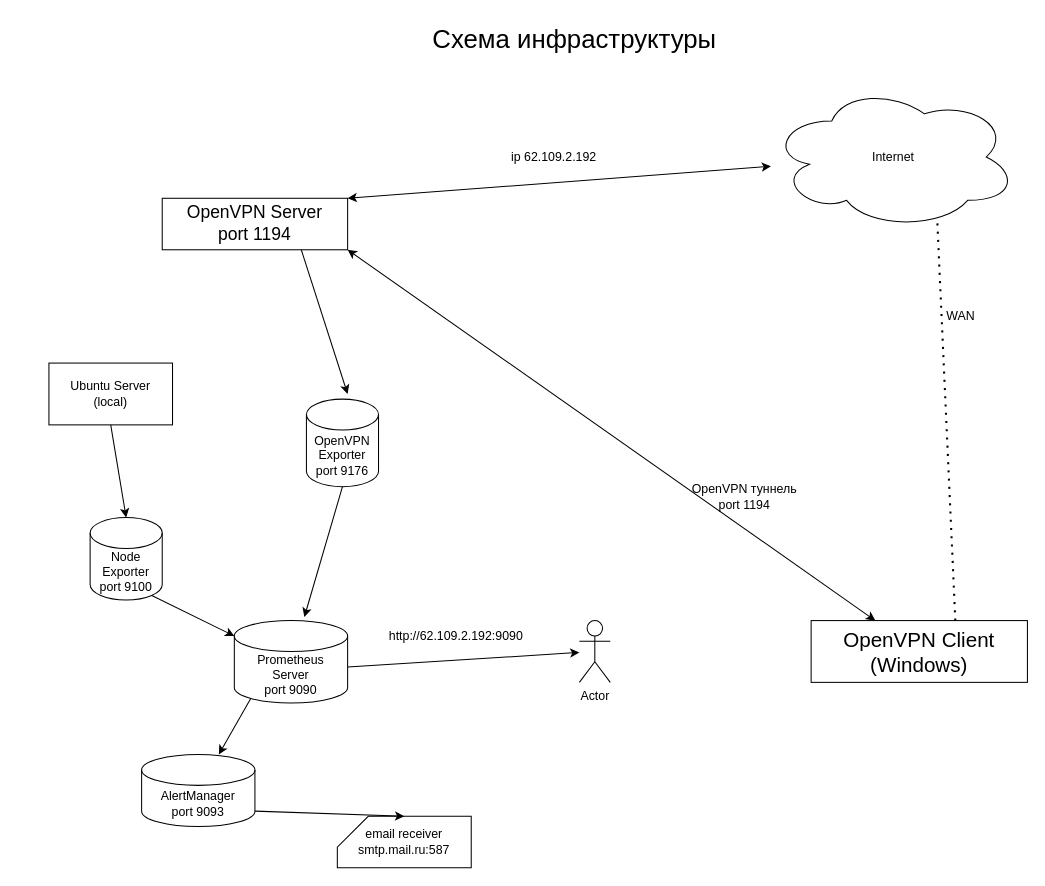
Earlier version of the draw.io diagram инфраструктура.drawio (parasky-john/skillbox). Source tidied: cells renumbered, new cells numbered last; positions are measured from the earlier drawing's top-left corner, leaving out a move shared by most shapes. Both pictures are drawn from the tidied source at 103%, with x=0, y=0 at pixel (48, 18).
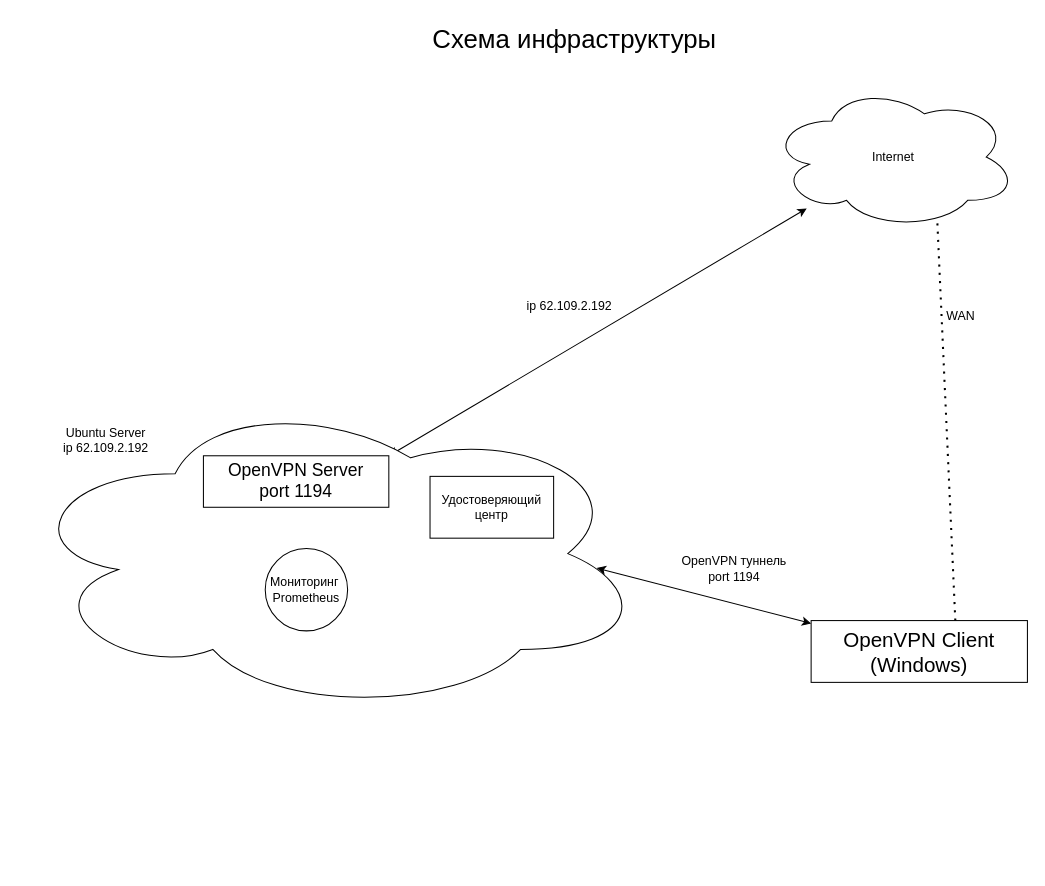
Above is the later version.

The change refers to these unchanged cells:
```xml
<mxCell id="2" value="&lt;font style=&quot;font-size: 20px;&quot;&gt;OpenVPN Client&lt;br&gt;(Windows)&lt;br&gt;&lt;/font&gt;" style="rounded=0;whiteSpace=wrap;html=1;" parent="1" vertex="1">
  <mxGeometry x="740" y="585" width="210" height="60" as="geometry" />
</mxCell>
```

What changed in the source:
```diff
@@
-    <mxCell id="3" value="&lt;font style=&quot;font-size: 17px;&quot;&gt;OpenVPN Server&lt;br&gt;port 1194&lt;br&gt;&lt;/font&gt;" style="rounded=0;whiteSpace=wrap;html=1;" parent="1" vertex="1">
-      <mxGeometry x="110" y="175" width="180" height="50" as="geometry" />
-    </mxCell>
     <mxCell id="4" value="ip&amp;nbsp;62.109.2.192" style="text;html=1;align=center;verticalAlign=middle;strokeColor=none;fillColor=none;" parent="1" vertex="1">
-      <mxGeometry x="435" y="120" width="110" height="30" as="geometry" />
+      <mxGeometry x="450" y="265" width="110" height="30" as="geometry" />
     </mxCell>
-    <mxCell id="5" style="endArrow=classic;startArrow=classic;html=1;rounded=0;exitX=1;exitY=1;exitDx=0;exitDy=0;" parent="1" edge="1" source="3" target="2">
-      <mxGeometry relative="1" as="geometry" />
-    </mxCell>
     <mxCell id="6" value="OpenVPN туннель&lt;br&gt;port 1194" style="text;html=1;align=center;verticalAlign=middle;strokeColor=none;fillColor=none;" parent="1" vertex="1">
-      <mxGeometry x="610" y="445" width="130" height="40" as="geometry" />
+      <mxGeometry x="600" y="515" width="130" height="40" as="geometry" />
     </mxCell>
@@
-    <mxCell id="11" value="Prometheus&lt;br&gt;Server&lt;br&gt;port 9090" style="shape=cylinder3;whiteSpace=wrap;html=1;boundedLbl=1;backgroundOutline=1;size=15;" parent="1" vertex="1">
-      <mxGeometry x="180" y="585" width="110" height="80" as="geometry" />
-    </mxCell>
-    <mxCell id="12" value="Node Exporter&lt;br&gt;port 9100" style="shape=cylinder3;whiteSpace=wrap;html=1;boundedLbl=1;backgroundOutline=1;size=15;" parent="1" vertex="1">
-      <mxGeometry x="40" y="485" width="70" height="80" as="geometry" />
-    </mxCell>
-    <mxCell id="13" value="OpenVPN Exporter&lt;br&gt;port 9176" style="shape=cylinder3;whiteSpace=wrap;html=1;boundedLbl=1;backgroundOutline=1;size=15;" parent="1" vertex="1">
-      <mxGeometry x="250" y="370" width="70" height="85" as="geometry" />
-    </mxCell>
-    <mxCell id="14" value="AlertManager&lt;br&gt;port 9093" style="shape=cylinder3;whiteSpace=wrap;html=1;boundedLbl=1;backgroundOutline=1;size=15;" parent="1" vertex="1">
-      <mxGeometry x="90" y="715" width="110" height="70" as="geometry" />
-    </mxCell>
-    <mxCell id="15" value="Actor" style="shape=umlActor;verticalLabelPosition=bottom;verticalAlign=top;html=1;outlineConnect=0;" parent="1" vertex="1">
-      <mxGeometry x="515" y="585" width="30" height="60" as="geometry" />
-    </mxCell>
-    <mxCell id="16" style="endArrow=classic;html=1;rounded=0;exitX=0.75;exitY=1;exitDx=0;exitDy=0;" parent="1" edge="1" source="3">
-      <mxGeometry relative="1" as="geometry">
-        <mxPoint x="290" y="365" as="targetPoint" />
-      </mxGeometry>
-    </mxCell>
-    <mxCell id="17" value="Ubuntu Server&lt;br&gt;(local)" style="rounded=0;whiteSpace=wrap;html=1;" parent="1" vertex="1">
-      <mxGeometry y="335" width="120" height="60" as="geometry" />
-    </mxCell>
-    <mxCell id="18" style="endArrow=classic;html=1;rounded=0;entryX=0.5;entryY=0;entryDx=0;entryDy=0;entryPerimeter=0;exitX=0.5;exitY=1;exitDx=0;exitDy=0;" parent="1" edge="1" source="17" target="12">
-      <mxGeometry relative="1" as="geometry" />
-    </mxCell>
-    <mxCell id="19" style="endArrow=classic;html=1;rounded=0;exitX=0.855;exitY=1;exitDx=0;exitDy=-4.35;exitPerimeter=0;entryX=0;entryY=0;entryDx=0;entryDy=15;entryPerimeter=0;" parent="1" edge="1" source="12" target="11">
-      <mxGeometry relative="1" as="geometry" />
-    </mxCell>
-    <mxCell id="20" style="endArrow=classic;html=1;rounded=0;exitX=0.5;exitY=1;exitDx=0;exitDy=0;exitPerimeter=0;entryX=0.618;entryY=-0.043;entryDx=0;entryDy=0;entryPerimeter=0;" parent="1" edge="1" source="13" target="11">
-      <mxGeometry relative="1" as="geometry" />
-    </mxCell>
-    <mxCell id="21" style="endArrow=classic;html=1;rounded=0;exitX=0.145;exitY=1;exitDx=0;exitDy=-4.35;exitPerimeter=0;" parent="1" edge="1" source="11" target="14">
-      <mxGeometry relative="1" as="geometry" />
-    </mxCell>
-    <mxCell id="22" value="email receiver&lt;br&gt;smtp.mail.ru:587" style="shape=card;whiteSpace=wrap;html=1;" parent="1" vertex="1">
-      <mxGeometry x="280" y="775" width="130" height="50" as="geometry" />
-    </mxCell>
-    <mxCell id="23" style="endArrow=classic;html=1;rounded=0;exitX=1;exitY=1;exitDx=0;exitDy=-15;exitPerimeter=0;entryX=0.5;entryY=0;entryDx=0;entryDy=0;entryPerimeter=0;" parent="1" edge="1" source="14" target="22">
-      <mxGeometry relative="1" as="geometry" />
-    </mxCell>
-    <mxCell id="24" style="endArrow=classic;html=1;rounded=0;exitX=1;exitY=0;exitDx=0;exitDy=45;exitPerimeter=0;" parent="1" edge="1" source="11" target="15">
-      <mxGeometry relative="1" as="geometry" />
-    </mxCell>
@@
-    <mxCell id="26" value="http://62.109.2.192:9090" style="text;html=1;align=center;verticalAlign=middle;strokeColor=none;fillColor=none;" parent="1" vertex="1">
-      <mxGeometry x="320" y="585" width="150" height="30" as="geometry" />
-    </mxCell>
@@
+    <mxCell id="28" style="ellipse;shape=cloud;whiteSpace=wrap;html=1;" parent="1" vertex="1">
+      <mxGeometry x="-30" y="365" width="610" height="310" as="geometry" />
+    </mxCell>
+    <mxCell id="29" value="Ubuntu Server&lt;br style=&quot;border-color: var(--border-color);&quot;&gt;ip 62.109.2.192" style="text;html=1;align=center;verticalAlign=middle;strokeColor=none;fillColor=none;" parent="1" vertex="1">
+      <mxGeometry y="390" width="110" height="40" as="geometry" />
+    </mxCell>
+    <mxCell id="3" value="&lt;font style=&quot;font-size: 17px;&quot;&gt;OpenVPN Server&lt;br&gt;port 1194&lt;br&gt;&lt;/font&gt;" style="rounded=0;whiteSpace=wrap;html=1;" parent="1" vertex="1">
+      <mxGeometry x="150" y="425" width="180" height="50" as="geometry" />
+    </mxCell>
+    <mxCell id="5" style="endArrow=classic;startArrow=classic;html=1;rounded=0;exitX=0.921;exitY=0.545;exitDx=0;exitDy=0;exitPerimeter=0;" parent="1" edge="1" source="28" target="2">
+      <mxGeometry relative="1" as="geometry" />
+    </mxCell>
+    <mxCell id="30" value="Удостоверяющий центр" style="rounded=0;whiteSpace=wrap;html=1;" parent="1" vertex="1">
+      <mxGeometry x="370" y="445" width="120" height="60" as="geometry" />
+    </mxCell>
+    <mxCell id="31" value="Мониторинг&amp;nbsp;&lt;br&gt;Prometheus" style="ellipse;whiteSpace=wrap;html=1;" parent="1" vertex="1">
+      <mxGeometry x="210" y="515" width="80" height="80" as="geometry" />
+    </mxCell>
```
